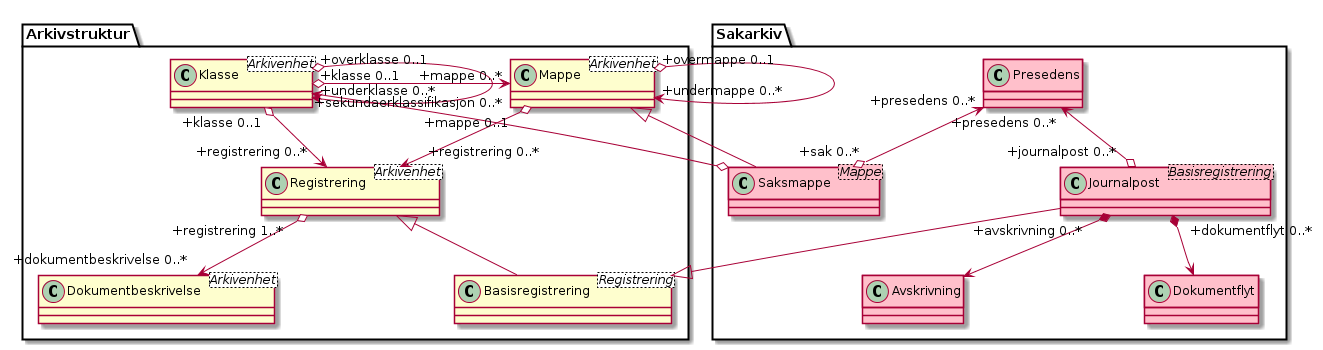
arkivverket/noark5-tjenestegrensesnitt-standard keeps this PlantUML diagram as kapitler/media/uml-sakarkiv-entiteter-forenklet.png. Above is the earlier version.
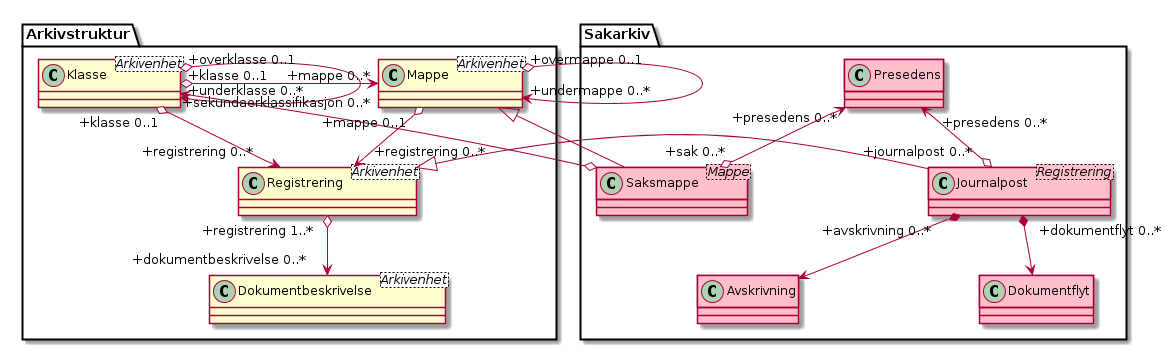
After the change.

Diff of the diagram source:
```diff
@@ -5,11 +5,10 @@
 class Arkivstruktur.Klasse <Arkivenhet>
 class Arkivstruktur.Mappe <Arkivenhet>
 class Arkivstruktur.Registrering <Arkivenhet>
-class Arkivstruktur.Basisregistrering <Registrering>
 class Arkivstruktur.Dokumentbeskrivelse <Arkivenhet>
 class Sakarkiv.Saksmappe <Mappe> #pink
 class Sakarkiv.Presedens #pink
-class Sakarkiv.Journalpost <Basisregistrering> #pink
+class Sakarkiv.Journalpost <Registrering> #pink
 class Sakarkiv.Avskrivning #pink
 class Sakarkiv.Dokumentflyt #pink
 
@@ -21,8 +20,7 @@
 Sakarkiv.Presedens "+presedens 0..*" <--o "+sak 0..*" Sakarkiv.Saksmappe
 Arkivstruktur.Mappe "+mappe 0..1" o--> "+registrering 0..*" Arkivstruktur.Registrering
 Arkivstruktur.Klasse "+klasse 0..1" o--> "+registrering 0..*" Arkivstruktur.Registrering
-Arkivstruktur.Registrering <|-- Arkivstruktur.Basisregistrering
-Arkivstruktur.Basisregistrering <|-- Sakarkiv.Journalpost
+Arkivstruktur.Registrering <|-- Sakarkiv.Journalpost
 Sakarkiv.Presedens "+presedens 0..*" <--o "+journalpost 0..*" Sakarkiv.Journalpost
 Sakarkiv.Journalpost "+avskrivning 0..*" *--> Sakarkiv.Avskrivning
 Sakarkiv.Journalpost "+dokumentflyt 0..*" *--> Sakarkiv.Dokumentflyt
```
